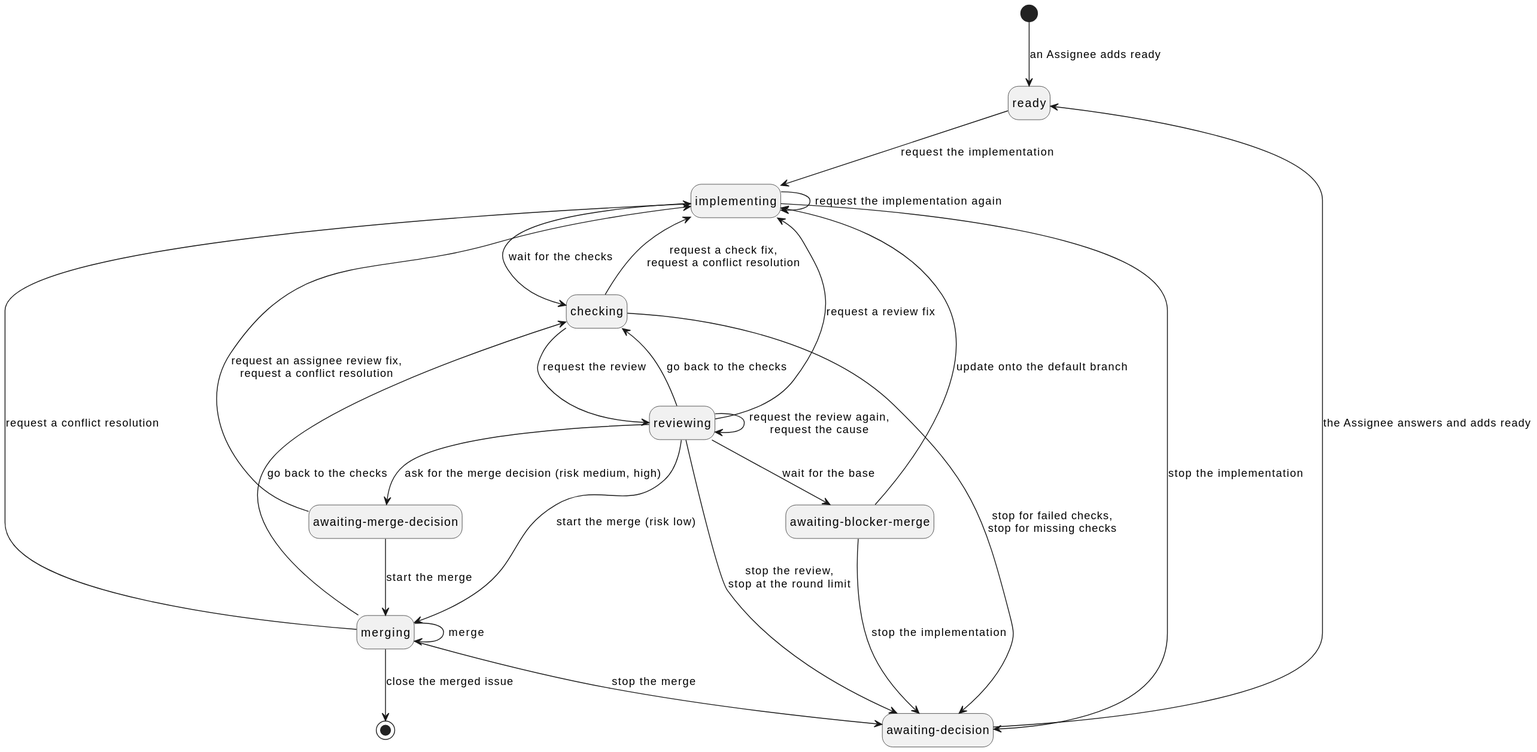
cloveclovedev/cumin-works keeps this PlantUML diagram as docs/ja/requirements/implementation-issue-states.svg. Above is the earlier version.
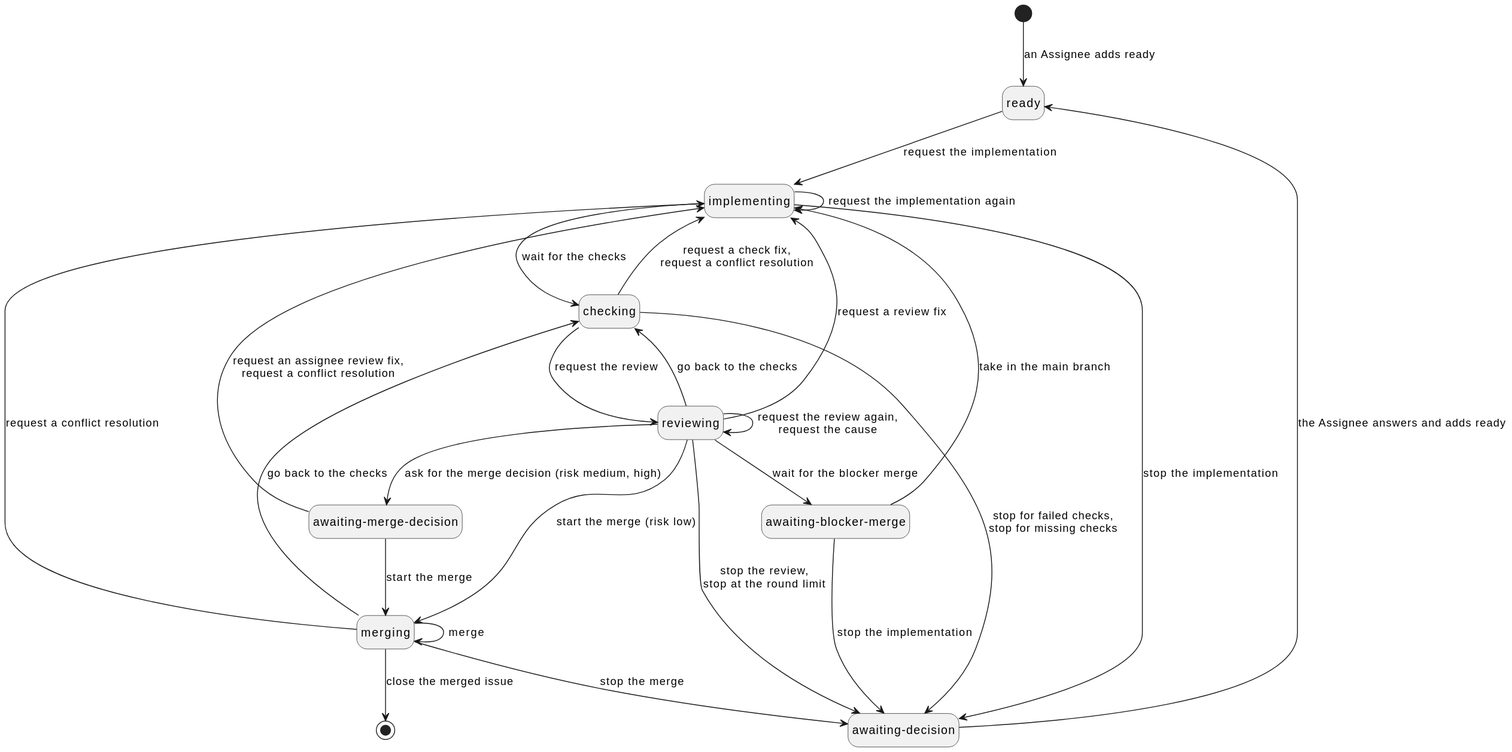
Above is the later version.

Change to the diagram source:
```diff
@@ -25,10 +25,10 @@
 Reviewing --> Decision : stop the review,\nstop at the round limit
 Reviewing --> Merging : start the merge (risk low)
 Reviewing --> MergeDecision : ask for the merge decision (risk medium, high)
-Reviewing --> AwaitingBase : wait for the base
+Reviewing --> AwaitingBase : wait for the blocker merge
 MergeDecision --> Merging : start the merge
 MergeDecision --> Implementing : request an assignee review fix,\nrequest a conflict resolution
-AwaitingBase --> Implementing : update onto the default branch
+AwaitingBase --> Implementing : take in the main branch
 AwaitingBase --> Decision : stop the implementation
 Merging --> Merging : merge
 Merging --> Checking : go back to the checks
```
